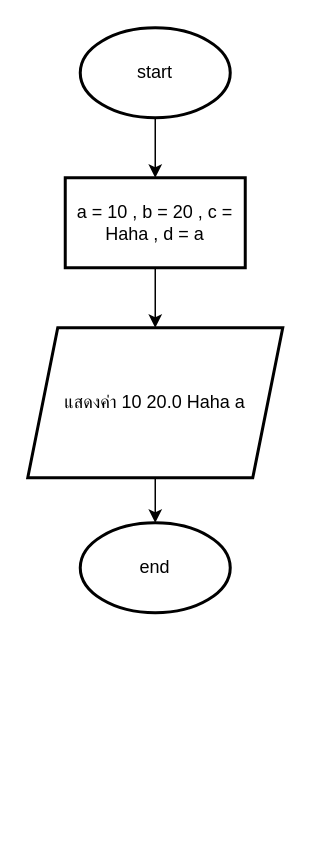
The draw.io diagram HW/HW04/HW04-1/HW04-1.drawio in khowtung/ENGCE117, before the edit. Source tidied: cells renumbered, new cells numbered last; positions are measured from the earlier drawing's top-left corner, leaving out a move shared by most shapes. Both pictures are drawn from the tidied source at 150%, with x=0, y=0 at pixel (27, 27).
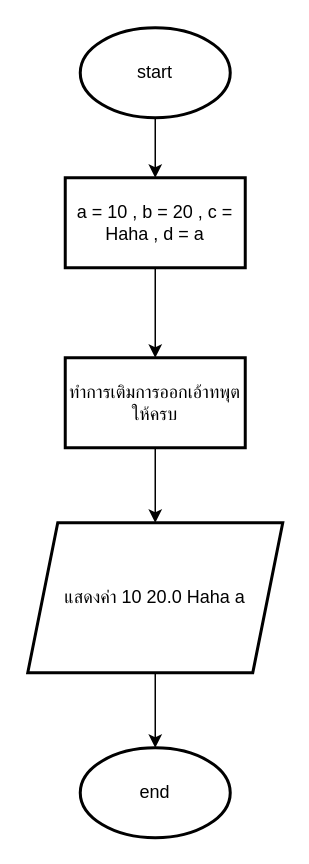
The same page after the edit.

Diff of the diagram source:
```diff
@@
 <mxGraphModel>
   <root>
     <mxCell id="0" />
     <mxCell id="1" parent="0" />
     <mxCell id="2" style="edgeStyle=orthogonalEdgeStyle;rounded=0;jettySize=auto;html=1;" parent="1" edge="1" source="3" target="5">
       <mxGeometry relative="1" as="geometry" />
     </mxCell>
     <mxCell id="3" value="start" style="strokeWidth=2;html=1;shape=mxgraph.flowchart.start_1;whiteSpace=wrap;" parent="1" vertex="1">
       <mxGeometry x="35" width="100" height="60" as="geometry" />
     </mxCell>
-    <mxCell id="4" style="edgeStyle=orthogonalEdgeStyle;rounded=0;jettySize=auto;html=1;" parent="1" edge="1" source="5" target="7">
-      <mxGeometry relative="1" as="geometry" />
-    </mxCell>
+    <mxCell id="9" style="edgeStyle=orthogonalEdgeStyle;rounded=0;jettySize=auto;html=1;entryX=0.5;entryY=0;entryDx=0;entryDy=0;" parent="1" edge="1" source="5" target="11">
+      <mxGeometry relative="1" as="geometry" />
+    </mxCell>
     <mxCell id="5" value="a = 10 , b = 20 , c = Haha , d = a" style="whiteSpace=wrap;html=1;strokeWidth=2;" parent="1" vertex="1">
       <mxGeometry x="25" y="100" width="120" height="60" as="geometry" />
     </mxCell>
     <mxCell id="6" style="edgeStyle=orthogonalEdgeStyle;rounded=0;jettySize=auto;html=1;" parent="1" edge="1" source="7" target="8">
       <mxGeometry relative="1" as="geometry" />
     </mxCell>
     <mxCell id="7" value="แสดงค่า&amp;nbsp;10 20.0 Haha a" style="shape=parallelogram;perimeter=parallelogramPerimeter;whiteSpace=wrap;html=1;fixedSize=1;strokeWidth=2;" parent="1" vertex="1">
-      <mxGeometry y="200" width="170" height="100" as="geometry" />
+      <mxGeometry y="330" width="170" height="100" as="geometry" />
     </mxCell>
     <mxCell id="8" value="end" style="strokeWidth=2;html=1;shape=mxgraph.flowchart.start_1;whiteSpace=wrap;" parent="1" vertex="1">
-      <mxGeometry x="35" y="330" width="100" height="60" as="geometry" />
+      <mxGeometry x="35" y="480" width="100" height="60" as="geometry" />
     </mxCell>
+    <mxCell id="10" style="edgeStyle=orthogonalEdgeStyle;rounded=0;jettySize=auto;html=1;" parent="1" edge="1" source="11" target="7">
+      <mxGeometry relative="1" as="geometry" />
+    </mxCell>
+    <mxCell id="11" value="ทำการเติมการออกเอ้าทพุตให้ครบ" style="whiteSpace=wrap;html=1;strokeWidth=2;" parent="1" vertex="1">
+      <mxGeometry x="25" y="220" width="120" height="60" as="geometry" />
+    </mxCell>
   </root>
 </mxGraphModel>
```
